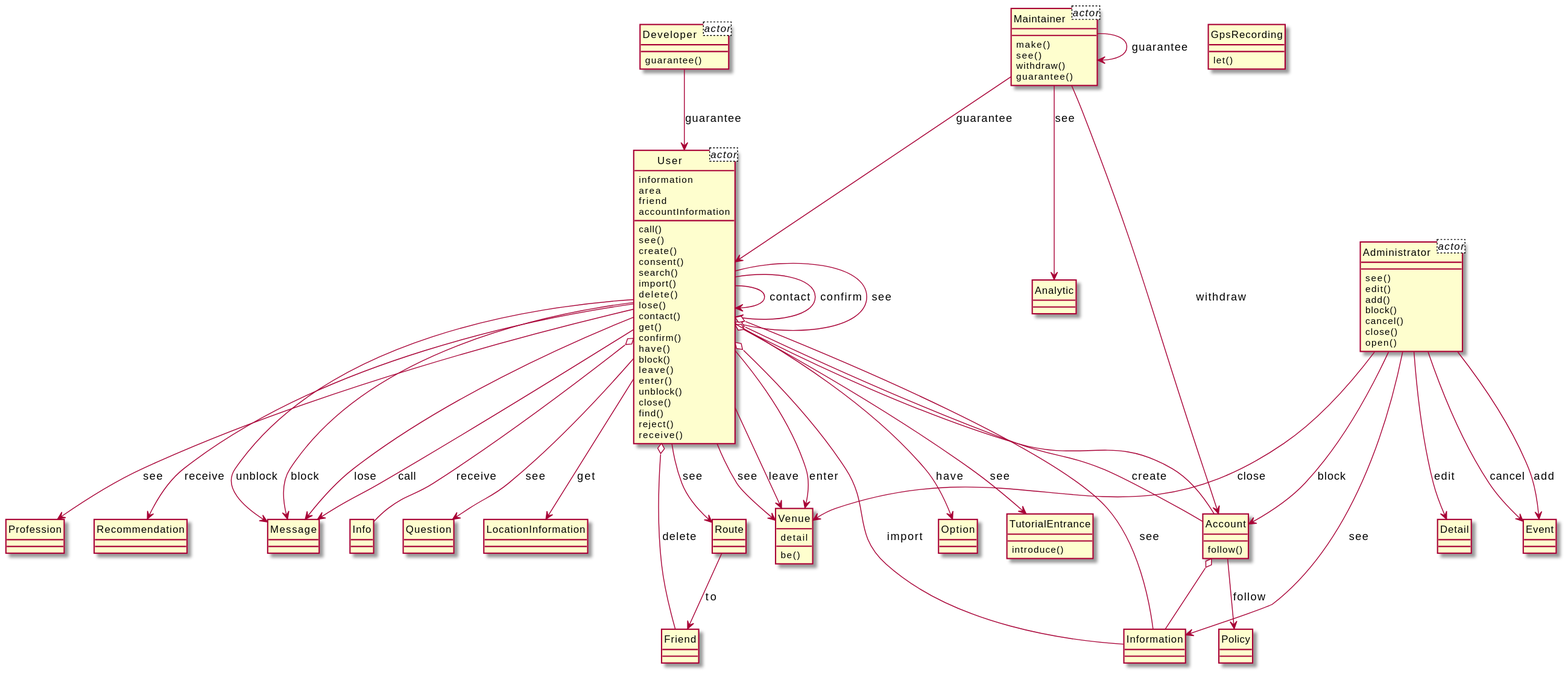
This is output/diagram_5/2018-USC-Project01.svg from xixixhalu/DomainModelExtractor, a PlantUML export, as it was before one commit.
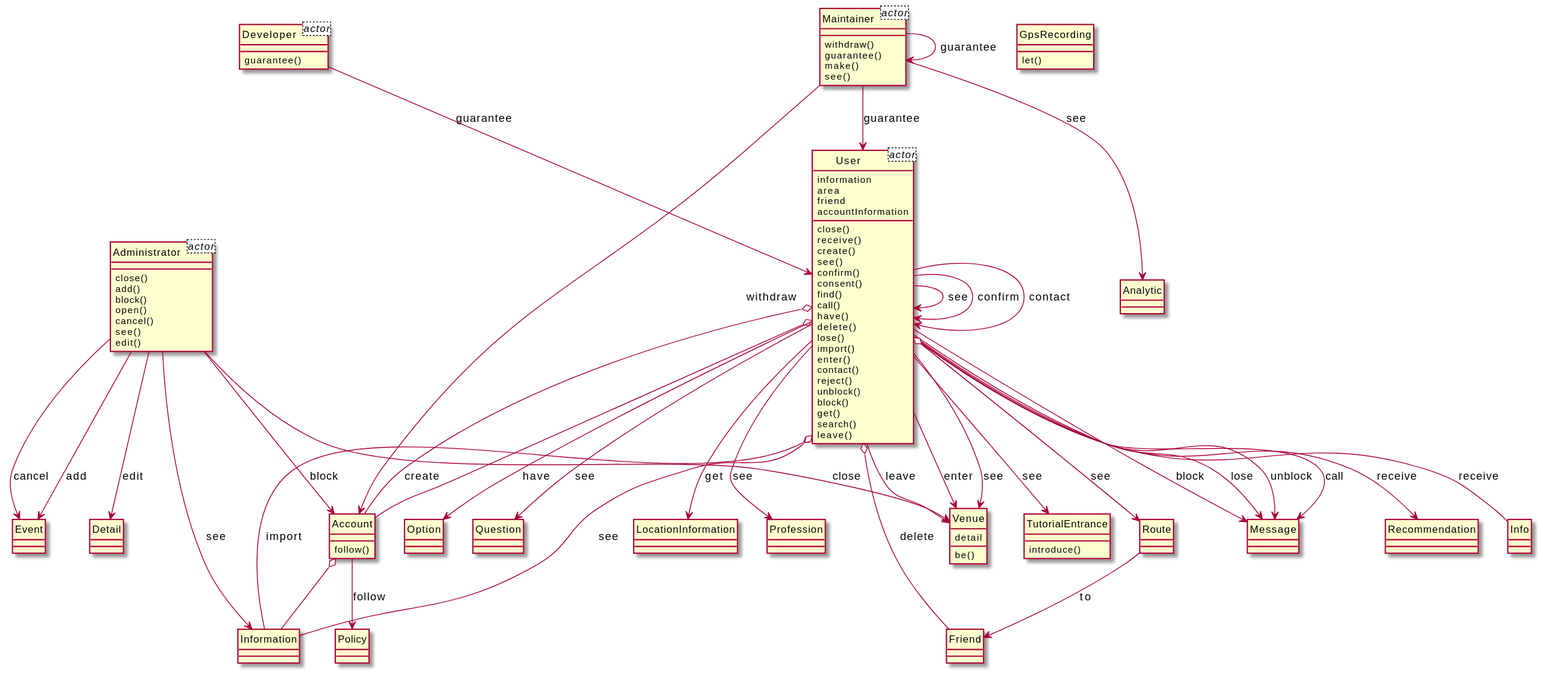
Above is the later version.

Diff of the diagram source:
```diff
@@ -17,117 +17,117 @@
 	be()
 }
 class User {
+	close()
+	receive()
+	create()
+	see()
+	confirm()
+	consent()
+	find()
 	call()
-	see()
-	create()
-	consent()
-	search()
-	import()
+	have()
 	delete()
 	lose()
+	import()
+	enter()
 	contact()
+	reject()
+	unblock()
+	block()
 	get()
-	confirm()
-	have()
-	block()
+	search()
 	leave()
-	enter()
-	unblock()
-	close()
-	find()
-	reject()
-	receive()
+}
+class TutorialEntrance {
+	introduce()
 }
 class Message {
 }
-class Info {
-}
-class Question {
+class Recommendation {
 }
 class Maintainer {
+	withdraw()
+	guarantee()
 	make()
 	see()
-	withdraw()
-	guarantee()
 }
-class Administrator {
-	see()
-	edit()
-	add()
-	block()
-	cancel()
-	close()
-	open()
-}
-class LocationInformation {
-}
-class Friend {
+class Analytic {
 }
 class Account {
 	follow()
 }
-class Policy {
+class Administrator {
+	close()
+	add()
+	block()
+	open()
+	cancel()
+	see()
+	edit()
 }
 class Event {
-}
-class Option {
-}
-class Information {
-}
-class TutorialEntrance {
-	introduce()
-}
-class Detail {
-}
-class Developer {
-	guarantee()
-}
-class Analytic {
 }
 class GpsRecording {
 	let()
 }
 class Route {
 }
+class Info {
+}
+class Option {
+}
+class Policy {
+}
+class Detail {
+}
+class Question {
+}
+class Information {
+}
+class Friend {
+}
+class LocationInformation {
+}
+class Developer {
+	guarantee()
+}
 class Profession {
 }
-class Recommendation {
-}
+Developer --> User : guarantee
+Account o-- Information
+Maintainer --> Account : withdraw
+User --> Recommendation : receive
+User --> Message : lose
+Administrator --> Account : block
+User --> Profession : see
+User --> Venue : leave
+User o-- Account
+Administrator --> Event : cancel
+Maintainer --> Analytic : see
+User --> User : see
+Route --> Friend : to
+User --> Venue : enter
+User --> Question : see
+User --> User : confirm
+User --> Message : unblock
+User --> Venue : see
+Administrator --> Event : add
+User o-- Information : import
+Maintainer --> User : guarantee
+User --> Route : see
+User --> TutorialEntrance : see
+User o-- Account : create
+User --> Message : call
+Administrator --> Information : see
+User o-- Information : see
+User o-- Info : receive
+Administrator --> Venue : close
+User o-- Friend : delete
+Maintainer --> Maintainer : guarantee
+User --> User : contact
+User --> Option : have
 User --> Message : block
-User --> Message : lose
-User --> Venue : see
-User --> TutorialEntrance : see
-User o-- Info : receive
-Maintainer --> User : guarantee
-User --> User : contact
-User --> Recommendation : receive
 Administrator --> Detail : edit
-Route --> Friend : to
-User --> Question : see
-Account o-- Information
+Account --> Policy : follow
 User --> LocationInformation : get
-Developer --> User : guarantee
-Maintainer --> Account : withdraw
-User o-- Friend : delete
-User --> Venue : leave
-Maintainer --> Analytic : see
-User --> Venue : enter
-User --> User : confirm
-Account --> Policy : follow
-User --> User : see
-Administrator --> Information : see
-User --> Message : call
-Administrator --> Event : cancel
-Administrator --> Venue : close
-Administrator --> Event : add
-User o-- Account : create
-User o-- Information : import
-User o-- Account
-User --> Option : have
-Maintainer --> Maintainer : guarantee
-User --> Route : see
-User --> Message : unblock
-Administrator --> Account : block
-User o-- Information : see
-User --> Profession : see
 @enduml
```
